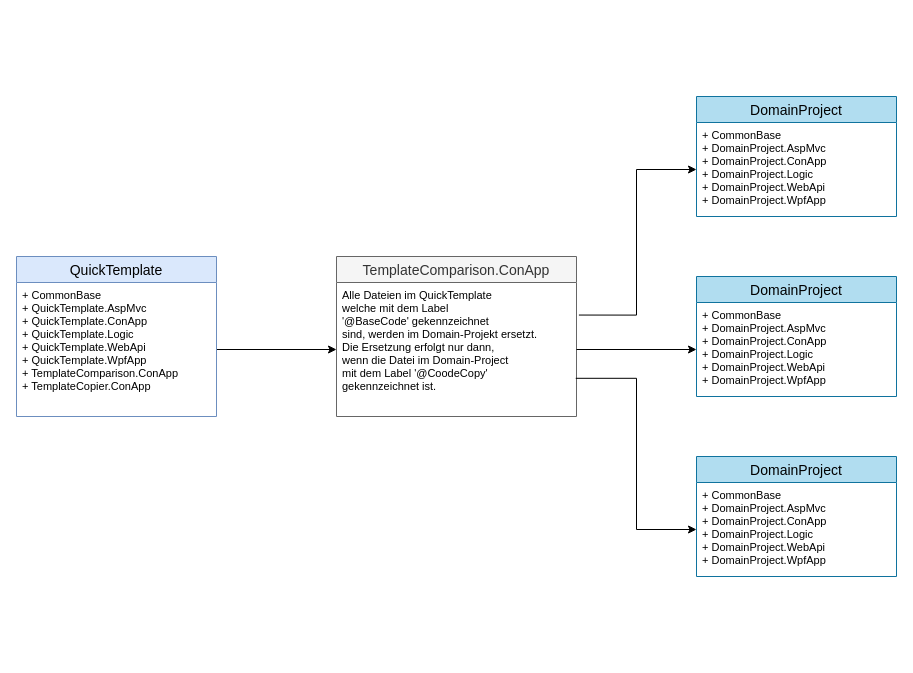
This is page "Balancing" (2 of 2) of TemplateComparsion.drawio from leoggehrer/SETemplateDeplomemt, a draw.io file, before an edit. Source tidied: cells renumbered, new cells numbered last; positions are measured from the earlier drawing's top-left corner, leaving out a move shared by most shapes. Both pictures are drawn from the tidied source at 100%, with x=0, y=0 at pixel (16, 96).
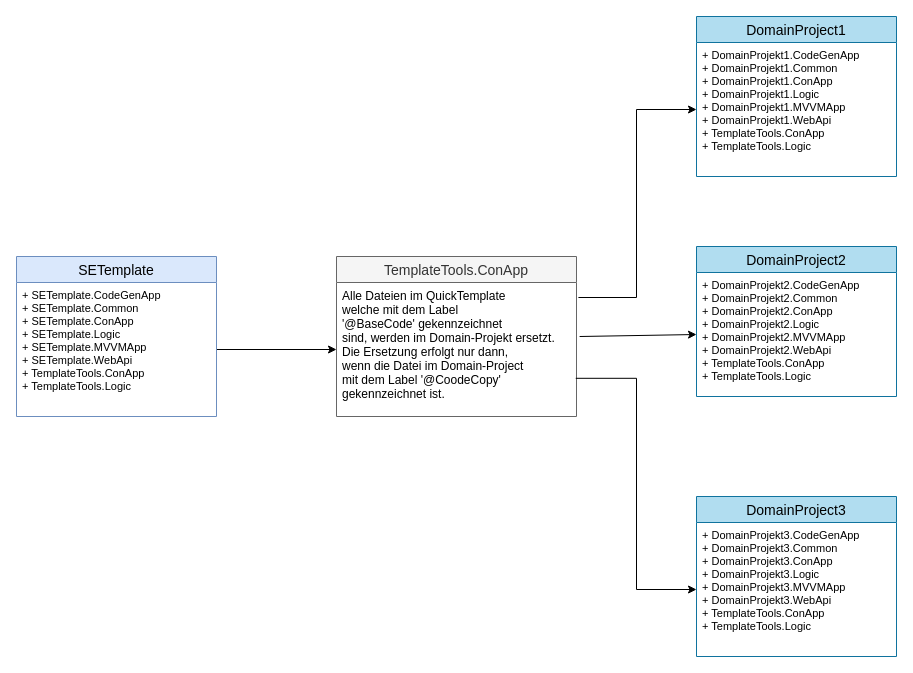
The same diagram, later.

What changed in the source:
```diff
@@
 <mxGraphModel>
   <root>
     <mxCell id="0" />
     <mxCell id="1" parent="0" />
     <mxCell id="2" style="endArrow=classic;html=1;fontSize=10;entryX=0;entryY=0.5;entryDx=0;entryDy=0;" parent="1" edge="1" source="15" target="4">
       <mxGeometry relative="1" as="geometry" />
     </mxCell>
-    <mxCell id="3" value="TemplateComparison.ConApp" style="swimlane;fontStyle=0;horizontal=1;startSize=26;fillColor=#f5f5f5;swimlaneFillColor=#ffffff;align=center;fontSize=14;strokeColor=#666666;fontColor=#333333;" parent="1" vertex="1">
+    <mxCell id="3" value="TemplateTools.ConApp" style="swimlane;fontStyle=0;horizontal=1;startSize=26;fillColor=#f5f5f5;swimlaneFillColor=#ffffff;align=center;fontSize=14;strokeColor=#666666;fontColor=#333333;" parent="1" vertex="1">
       <mxGeometry x="320" y="160" width="240" height="160" as="geometry" />
     </mxCell>
-    <mxCell id="4" value="Alle Dateien im QuickTemplate &#10;welche mit dem Label&#10;'@BaseCode' gekennzeichnet  &#10;sind, werden im Domain-Projekt ersetzt. &#10;Die Ersetzung erfolgt nur dann,&#10;wenn die Datei im Domain-Project&#10;mit dem Label '@CoodeCopy' &#10;gekennzeichnet ist." style="text;strokeColor=none;fillColor=none;spacingLeft=4;spacingRight=4;overflow=hidden;points=[[0,0.5],[1,0.5]];portConstraint=eastwest;fontSize=11;fontStyle=0;" parent="3" vertex="1">
+    <mxCell id="4" value="Alle Dateien im QuickTemplate &#10;welche mit dem Label&#10;'@BaseCode' gekennzeichnet  &#10;sind, werden im Domain-Projekt ersetzt. &#10;Die Ersetzung erfolgt nur dann,&#10;wenn die Datei im Domain-Project&#10;mit dem Label '@CoodeCopy' &#10;gekennzeichnet ist." style="text;strokeColor=none;fillColor=none;spacingLeft=4;spacingRight=4;overflow=hidden;points=[[0,0.5],[1,0.5]];portConstraint=eastwest;fontSize=12;fontStyle=0;" parent="3" vertex="1">
       <mxGeometry y="26" width="240" height="134" as="geometry" />
     </mxCell>
-    <mxCell id="5" value="DomainProject" style="swimlane;fontStyle=0;horizontal=1;startSize=26;fillColor=#b1ddf0;swimlaneFillColor=#ffffff;align=center;fontSize=14;strokeColor=#10739e;" parent="1" vertex="1">
-      <mxGeometry x="680" width="200" height="120" as="geometry" />
+    <mxCell id="5" value="DomainProject1" style="swimlane;fontStyle=0;horizontal=1;startSize=26;fillColor=#b1ddf0;swimlaneFillColor=#ffffff;align=center;fontSize=14;strokeColor=#10739e;" parent="1" vertex="1">
+      <mxGeometry x="680" y="-80" width="200" height="160" as="geometry" />
     </mxCell>
-    <mxCell id="6" value="+ CommonBase&#10;+ DomainProject.AspMvc&#10;+ DomainProject.ConApp&#10;+ DomainProject.Logic&#10;+ DomainProject.WebApi&#10;+ DomainProject.WpfApp" style="text;strokeColor=none;fillColor=none;spacingLeft=4;spacingRight=4;overflow=hidden;points=[[0,0.5],[1,0.5]];portConstraint=eastwest;fontSize=11;" parent="5" vertex="1">
-      <mxGeometry y="26" width="200" height="94" as="geometry" />
+    <mxCell id="6" value="+ DomainProjekt1.CodeGenApp&#10;+ DomainProjekt1.Common&#10;+ DomainProjekt1.ConApp&#10;+ DomainProjekt1.Logic&#10;+ DomainProjekt1.MVVMApp&#10;+ DomainProjekt1.WebApi&#10;+ TemplateTools.ConApp&#10;+ TemplateTools.Logic" style="text;strokeColor=none;fillColor=none;spacingLeft=4;spacingRight=4;overflow=hidden;points=[[0,0.5],[1,0.5]];portConstraint=eastwest;fontSize=11;" parent="5" vertex="1">
+      <mxGeometry y="26" width="200" height="134" as="geometry" />
     </mxCell>
-    <mxCell id="7" style="endArrow=classic;html=1;fontSize=10;entryX=0;entryY=0.5;entryDx=0;entryDy=0;exitX=1;exitY=0.5;exitDx=0;exitDy=0;" parent="1" edge="1" source="4" target="9">
+    <mxCell id="7" style="endArrow=classic;html=1;fontSize=10;entryX=0;entryY=0.5;entryDx=0;entryDy=0;exitX=1.013;exitY=0.403;exitDx=0;exitDy=0;exitPerimeter=0;" parent="1" edge="1" source="4" target="9">
       <mxGeometry relative="1" as="geometry" />
     </mxCell>
-    <mxCell id="8" value="DomainProject" style="swimlane;fontStyle=0;horizontal=1;startSize=26;fillColor=#b1ddf0;swimlaneFillColor=#ffffff;align=center;fontSize=14;strokeColor=#10739e;" parent="1" vertex="1">
-      <mxGeometry x="680" y="180" width="200" height="120" as="geometry" />
+    <mxCell id="8" value="DomainProject2" style="swimlane;fontStyle=0;horizontal=1;startSize=26;fillColor=#b1ddf0;swimlaneFillColor=#ffffff;align=center;fontSize=14;strokeColor=#10739e;" parent="1" vertex="1">
+      <mxGeometry x="680" y="150" width="200" height="150" as="geometry" />
     </mxCell>
-    <mxCell id="9" value="+ CommonBase&#10;+ DomainProject.AspMvc&#10;+ DomainProject.ConApp&#10;+ DomainProject.Logic&#10;+ DomainProject.WebApi&#10;+ DomainProject.WpfApp" style="text;strokeColor=none;fillColor=none;spacingLeft=4;spacingRight=4;overflow=hidden;points=[[0,0.5],[1,0.5]];portConstraint=eastwest;fontSize=11;" parent="8" vertex="1">
-      <mxGeometry y="26" width="200" height="94" as="geometry" />
+    <mxCell id="9" value="+ DomainProjekt2.CodeGenApp&#10;+ DomainProjekt2.Common&#10;+ DomainProjekt2.ConApp&#10;+ DomainProjekt2.Logic&#10;+ DomainProjekt2.MVVMApp&#10;+ DomainProjekt2.WebApi&#10;+ TemplateTools.ConApp&#10;+ TemplateTools.Logic" style="text;strokeColor=none;fillColor=none;spacingLeft=4;spacingRight=4;overflow=hidden;points=[[0,0.5],[1,0.5]];portConstraint=eastwest;fontSize=11;" parent="8" vertex="1">
+      <mxGeometry y="26" width="200" height="124" as="geometry" />
     </mxCell>
-    <mxCell id="10" value="DomainProject" style="swimlane;fontStyle=0;horizontal=1;startSize=26;fillColor=#b1ddf0;swimlaneFillColor=#ffffff;align=center;fontSize=14;strokeColor=#10739e;" parent="1" vertex="1">
-      <mxGeometry x="680" y="360" width="200" height="120" as="geometry" />
+    <mxCell id="10" value="DomainProject3" style="swimlane;fontStyle=0;horizontal=1;startSize=26;fillColor=#b1ddf0;swimlaneFillColor=#ffffff;align=center;fontSize=14;strokeColor=#10739e;" parent="1" vertex="1">
+      <mxGeometry x="680" y="400" width="200" height="160" as="geometry" />
     </mxCell>
-    <mxCell id="11" value="+ CommonBase&#10;+ DomainProject.AspMvc&#10;+ DomainProject.ConApp&#10;+ DomainProject.Logic&#10;+ DomainProject.WebApi&#10;+ DomainProject.WpfApp" style="text;strokeColor=none;fillColor=none;spacingLeft=4;spacingRight=4;overflow=hidden;points=[[0,0.5],[1,0.5]];portConstraint=eastwest;fontSize=11;" parent="10" vertex="1">
-      <mxGeometry y="26" width="200" height="94" as="geometry" />
+    <mxCell id="11" value="+ DomainProjekt3.CodeGenApp&#10;+ DomainProjekt3.Common&#10;+ DomainProjekt3.ConApp&#10;+ DomainProjekt3.Logic&#10;+ DomainProjekt3.MVVMApp&#10;+ DomainProjekt3.WebApi&#10;+ TemplateTools.ConApp&#10;+ TemplateTools.Logic" style="text;strokeColor=none;fillColor=none;spacingLeft=4;spacingRight=4;overflow=hidden;points=[[0,0.5],[1,0.5]];portConstraint=eastwest;fontSize=11;" parent="10" vertex="1">
+      <mxGeometry y="26" width="200" height="134" as="geometry" />
     </mxCell>
     <mxCell id="12" style="endArrow=classic;html=1;rounded=0;edgeStyle=orthogonalEdgeStyle;entryX=0;entryY=0.5;entryDx=0;entryDy=0;exitX=0.997;exitY=0.715;exitDx=0;exitDy=0;exitPerimeter=0;" parent="1" edge="1" source="4" target="11">
       <mxGeometry relative="1" as="geometry" />
     </mxCell>
-    <mxCell id="13" style="endArrow=classic;html=1;rounded=0;edgeStyle=orthogonalEdgeStyle;entryX=0;entryY=0.5;entryDx=0;entryDy=0;exitX=1.01;exitY=0.243;exitDx=0;exitDy=0;exitPerimeter=0;" parent="1" edge="1" source="4" target="6">
+    <mxCell id="13" style="endArrow=classic;html=1;rounded=0;edgeStyle=orthogonalEdgeStyle;entryX=0;entryY=0.5;entryDx=0;entryDy=0;exitX=1.008;exitY=0.112;exitDx=0;exitDy=0;exitPerimeter=0;" parent="1" edge="1" source="4" target="6">
       <mxGeometry relative="1" as="geometry" />
     </mxCell>
-    <mxCell id="14" value="QuickTemplate" style="swimlane;fontStyle=0;horizontal=1;startSize=26;fillColor=#dae8fc;swimlaneFillColor=#ffffff;align=center;fontSize=14;strokeColor=#6c8ebf;" parent="1" vertex="1">
+    <mxCell id="14" value="SETemplate" style="swimlane;fontStyle=0;horizontal=1;startSize=26;fillColor=#dae8fc;swimlaneFillColor=#ffffff;align=center;fontSize=14;strokeColor=#6c8ebf;" parent="1" vertex="1">
       <mxGeometry y="160" width="200" height="160" as="geometry" />
     </mxCell>
-    <mxCell id="15" value="+ CommonBase&#10;+ QuickTemplate.AspMvc&#10;+ QuickTemplate.ConApp&#10;+ QuickTemplate.Logic&#10;+ QuickTemplate.WebApi&#10;+ QuickTemplate.WpfApp&#10;+ TemplateComparison.ConApp&#10;+ TemplateCopier.ConApp" style="text;strokeColor=none;fillColor=none;spacingLeft=4;spacingRight=4;overflow=hidden;points=[[0,0.5],[1,0.5]];portConstraint=eastwest;fontSize=11;" parent="14" vertex="1">
+    <mxCell id="15" value="+ SETemplate.CodeGenApp&#10;+ SETemplate.Common&#10;+ SETemplate.ConApp&#10;+ SETemplate.Logic&#10;+ SETemplate.MVVMApp&#10;+ SETemplate.WebApi&#10;+ TemplateTools.ConApp&#10;+ TemplateTools.Logic" style="text;strokeColor=none;fillColor=none;spacingLeft=4;spacingRight=4;overflow=hidden;points=[[0,0.5],[1,0.5]];portConstraint=eastwest;fontSize=11;" parent="14" vertex="1">
       <mxGeometry y="26" width="200" height="134" as="geometry" />
     </mxCell>
   </root>
 </mxGraphModel>
```
